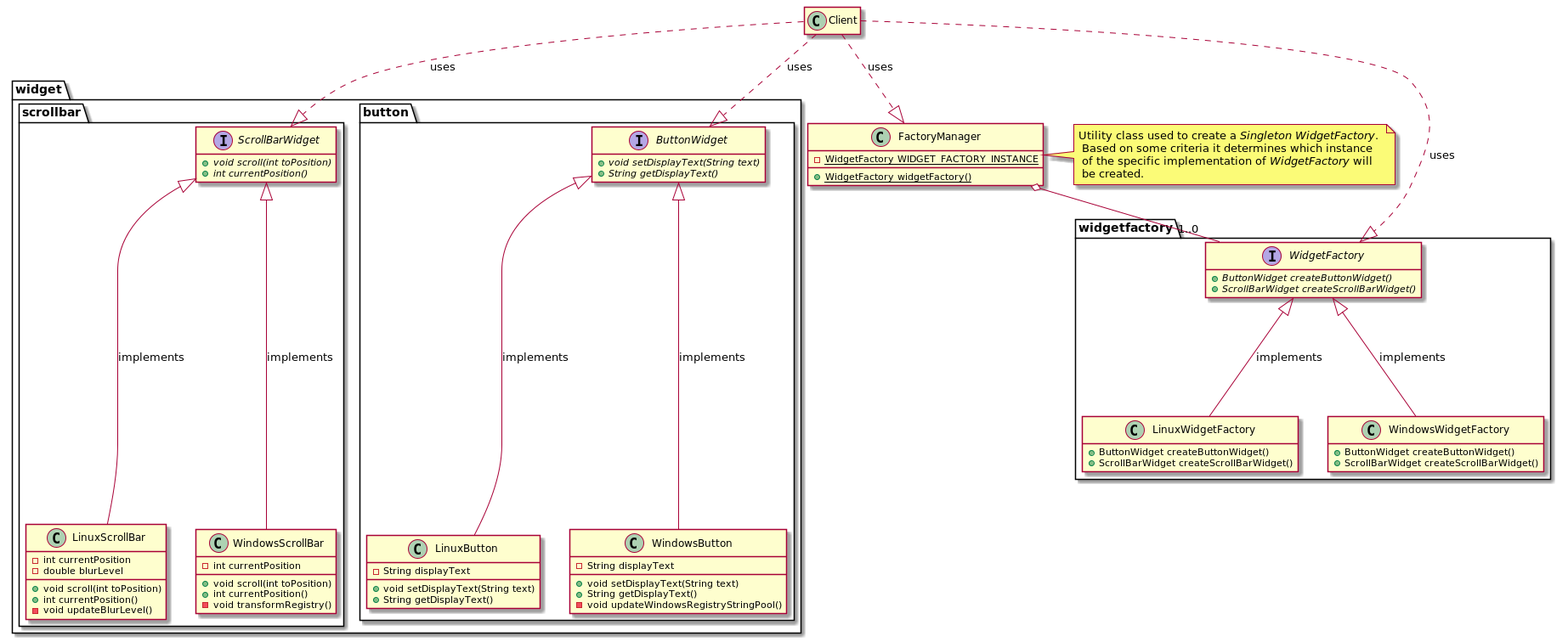
lealceldeiro/gems keeps this PlantUML diagram as DesignPatternsElementsOfReusableObjectOrientesSoftware/Chapter03/AbstractFactory/image/code_class_design.png. Above is the earlier version.
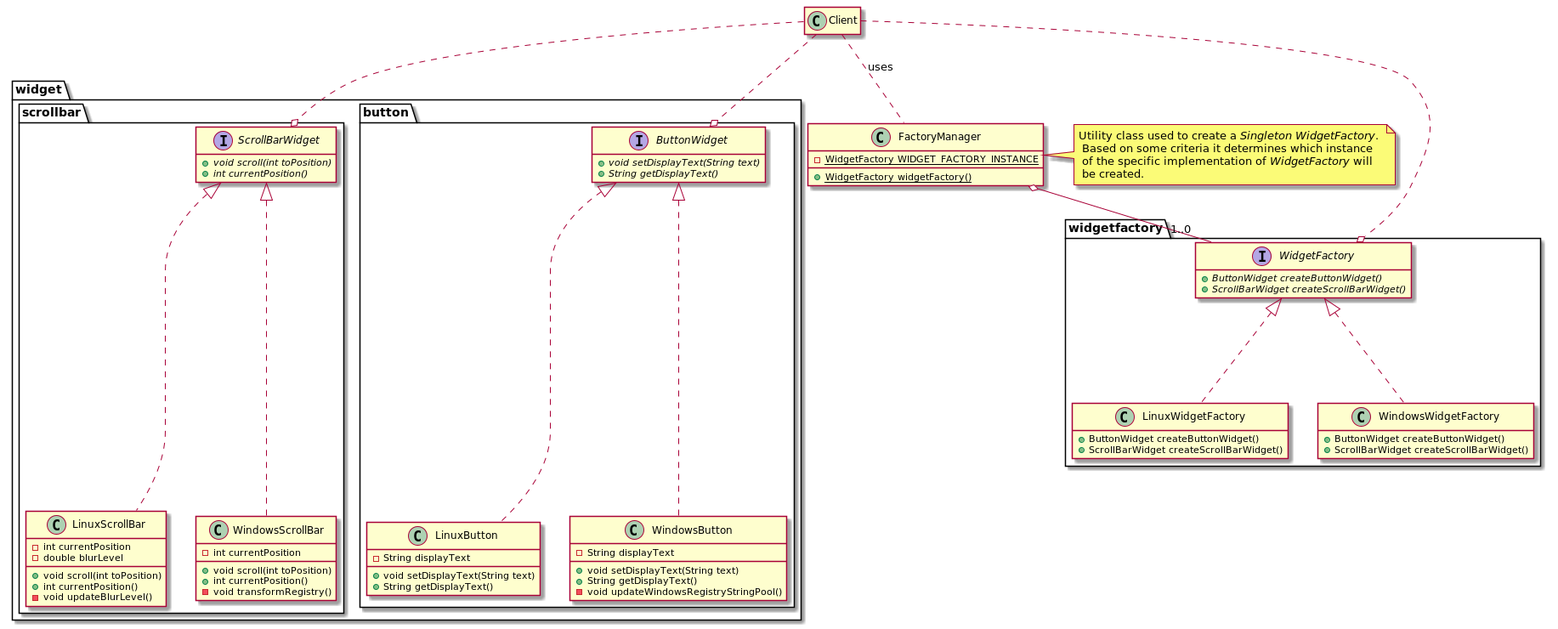
Later version of the same file.

Commit message:
Update class diagram to match UML notation

Change to the diagram source:
```diff
@@ -4,17 +4,14 @@
         + {abstract} ButtonWidget createButtonWidget()
         + {abstract} ScrollBarWidget createScrollBarWidget()
     }
-    class LinuxWidgetFactory {
+    class LinuxWidgetFactory implements WidgetFactory {
         + ButtonWidget createButtonWidget()
         + ScrollBarWidget createScrollBarWidget()
     }
-    class WindowsWidgetFactory {
+    class WindowsWidgetFactory implements WidgetFactory {
         + ButtonWidget createButtonWidget()
         + ScrollBarWidget createScrollBarWidget()
     }
-
-    WidgetFactory <|-- LinuxWidgetFactory : implements
-    WidgetFactory <|-- WindowsWidgetFactory : implements
 }
 
 package widget {
@@ -23,7 +20,7 @@
             + {abstract} void scroll(int toPosition)
             + {abstract} int currentPosition()
         }
-        class LinuxScrollBar {
+        class LinuxScrollBar implements ScrollBarWidget {
             - int currentPosition
             - double blurLevel
 
@@ -31,7 +28,7 @@
             + int currentPosition()
             - void updateBlurLevel()
         }
-        class WindowsScrollBar {
+        class WindowsScrollBar implements ScrollBarWidget {
             - int currentPosition
 
             + void scroll(int toPosition)
@@ -44,14 +41,14 @@
             + {abstract} void setDisplayText(String text)
             + {abstract} String getDisplayText()
         }
-        class LinuxButton {
+        class LinuxButton implements ButtonWidget {
             - String displayText
 
             + void setDisplayText(String text)
             + String getDisplayText()
         }
 
-        class WindowsButton {
+        class WindowsButton implements ButtonWidget {
             - String displayText
 
             + void setDisplayText(String text)
@@ -60,12 +57,6 @@
         }
     }
 }
-
-ScrollBarWidget <|-- LinuxScrollBar : implements
-ButtonWidget <|-- LinuxButton : implements
-
-ScrollBarWidget <|-- WindowsScrollBar : implements
-ButtonWidget <|-- WindowsButton : implements
 
 class FactoryManager {
     - {static} WidgetFactory WIDGET_FACTORY_INSTANCE
@@ -79,10 +70,10 @@
 
 class Client
 
-Client ..|> FactoryManager : uses
-Client ..|> ButtonWidget : uses
-Client ..|> ScrollBarWidget : uses
-Client ..|> WidgetFactory : uses
+Client .. FactoryManager : uses
+Client ..o ButtonWidget
+Client ..o ScrollBarWidget
+Client ..o WidgetFactory
 
 hide empty members
 @enduml
```
